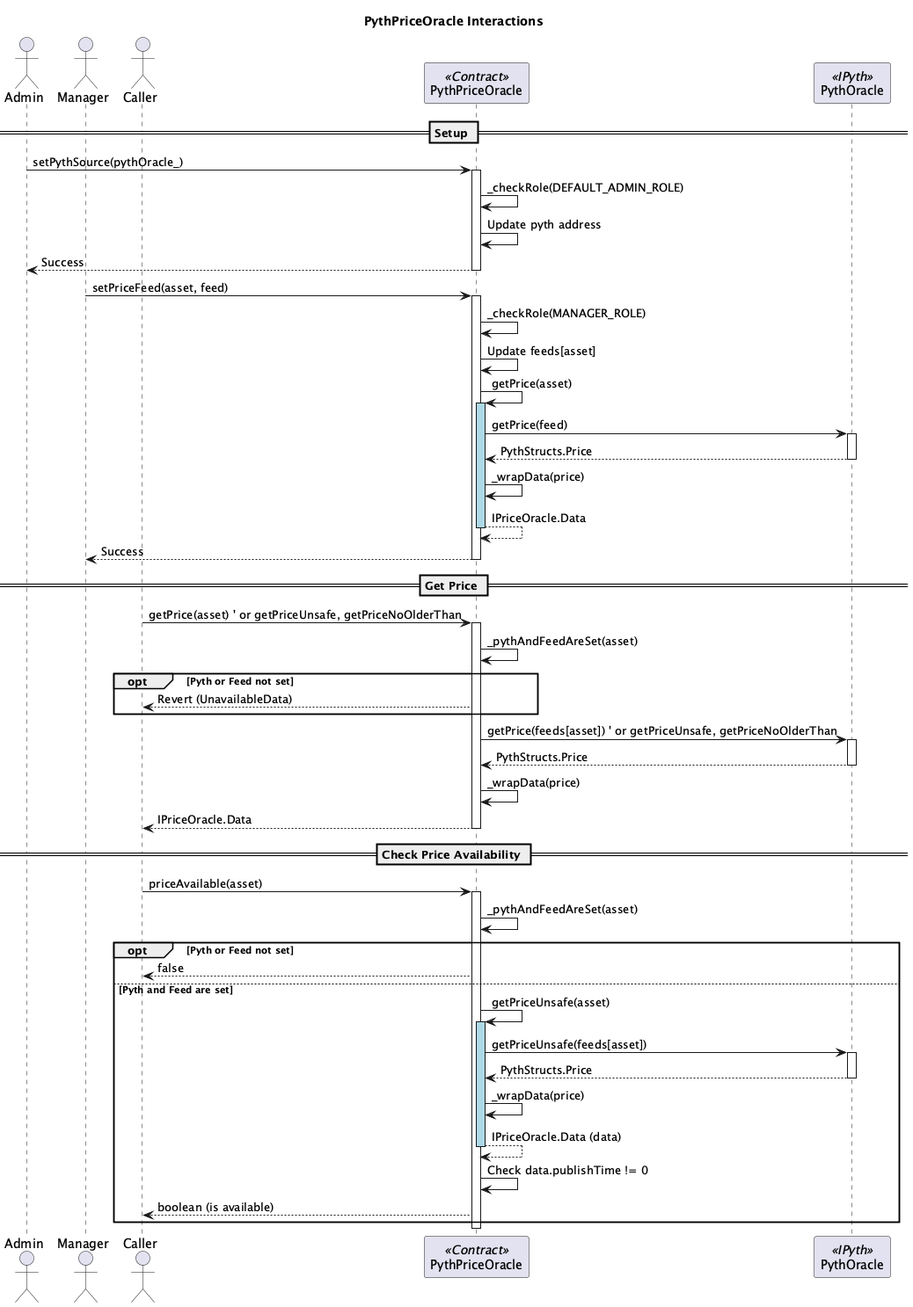
Above: diagrams/diag-images/extras/PythPriceOracle_Sequence.png in swollows/berachain-core (PlantUML), before the change.
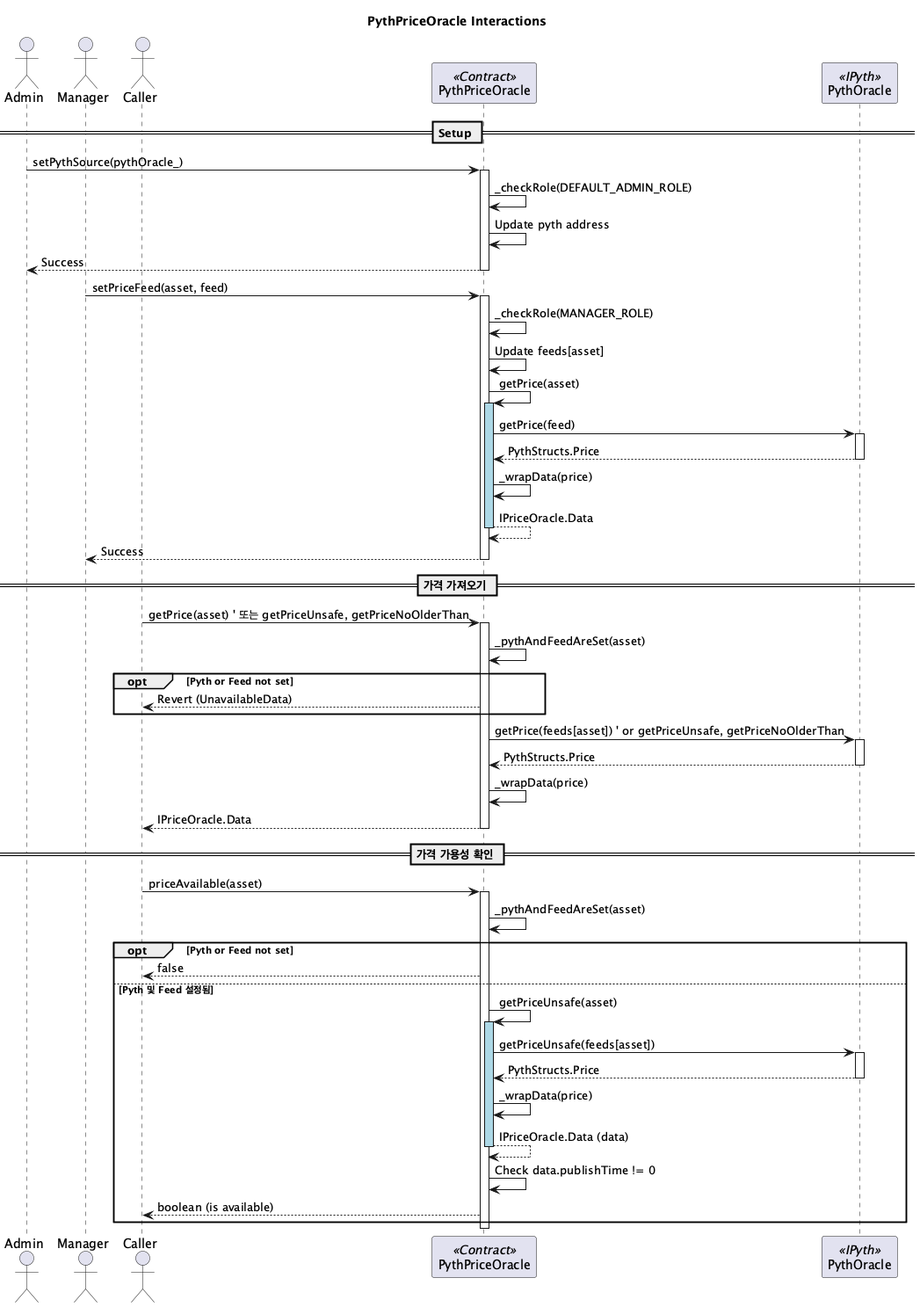
After the commit.

Change to the diagram source:
```diff
@@ -31,8 +31,8 @@
 PythPriceOracle --> Manager: Success
 deactivate PythPriceOracle
 
-== Get Price ==
-Caller -> PythPriceOracle: getPrice(asset) ' or getPriceUnsafe, getPriceNoOlderThan
+== 가격 가져오기 ==
+Caller -> PythPriceOracle: getPrice(asset) ' 또는 getPriceUnsafe, getPriceNoOlderThan
 activate PythPriceOracle
 PythPriceOracle -> PythPriceOracle: _pythAndFeedAreSet(asset)
 opt Pyth or Feed not set
@@ -46,13 +46,13 @@
 PythPriceOracle --> Caller: IPriceOracle.Data
 deactivate PythPriceOracle
 
-== Check Price Availability ==
+== 가격 가용성 확인 ==
 Caller -> PythPriceOracle: priceAvailable(asset)
 activate PythPriceOracle
 PythPriceOracle -> PythPriceOracle: _pythAndFeedAreSet(asset)
 opt Pyth or Feed not set
  PythPriceOracle --> Caller: false
-else Pyth and Feed are set
+else Pyth 및 Feed 설정됨
  PythPriceOracle -> PythPriceOracle: getPriceUnsafe(asset)
  activate PythPriceOracle #LightBlue
  PythPriceOracle -> PythOracle: getPriceUnsafe(feeds[asset])
```
